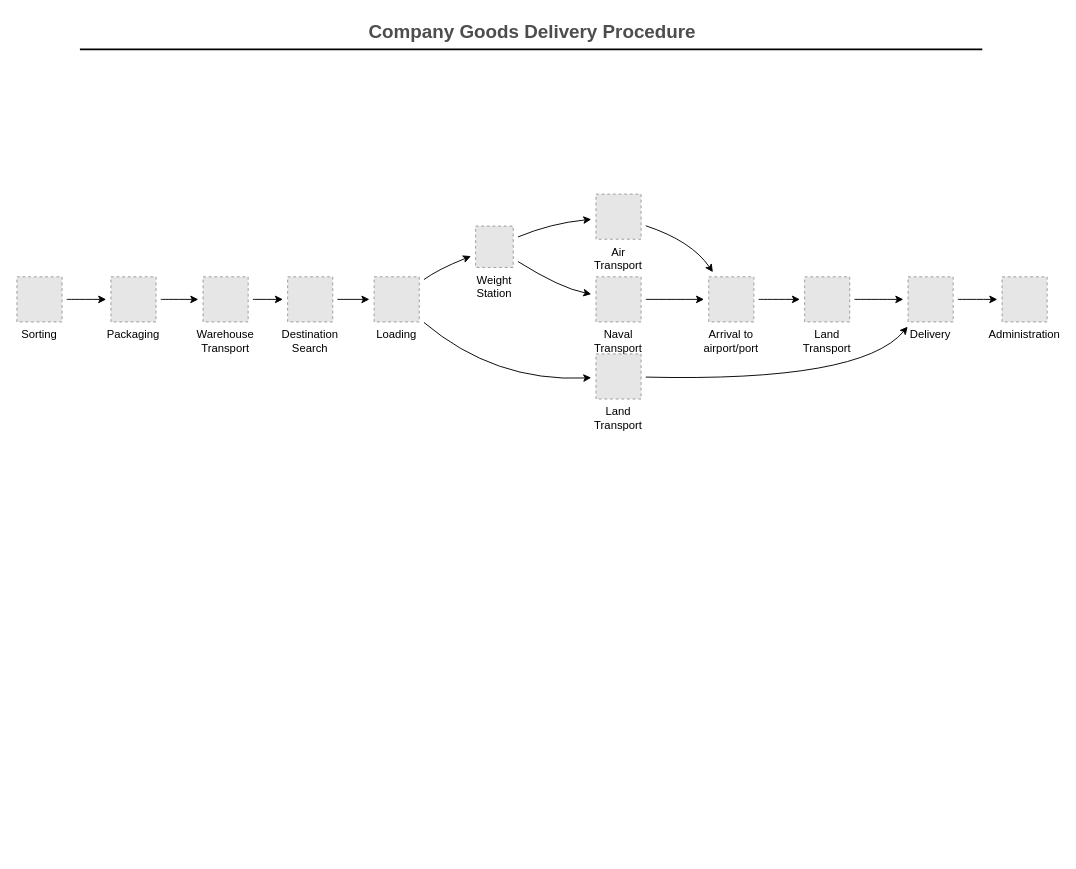
The draw.io diagram images/未命名绘图.drawio in DramaAaron/DramaAaron.github.io, before the edit. Source tidied: cells renumbered, new cells numbered last; positions are measured from the earlier drawing's top-left corner, leaving out a move shared by most shapes. Both pictures are drawn from the tidied source at 94%, with x=0, y=0 at pixel (16, 16). Pictures stored in the file or linked from it are replaced by grey dashed boxes.
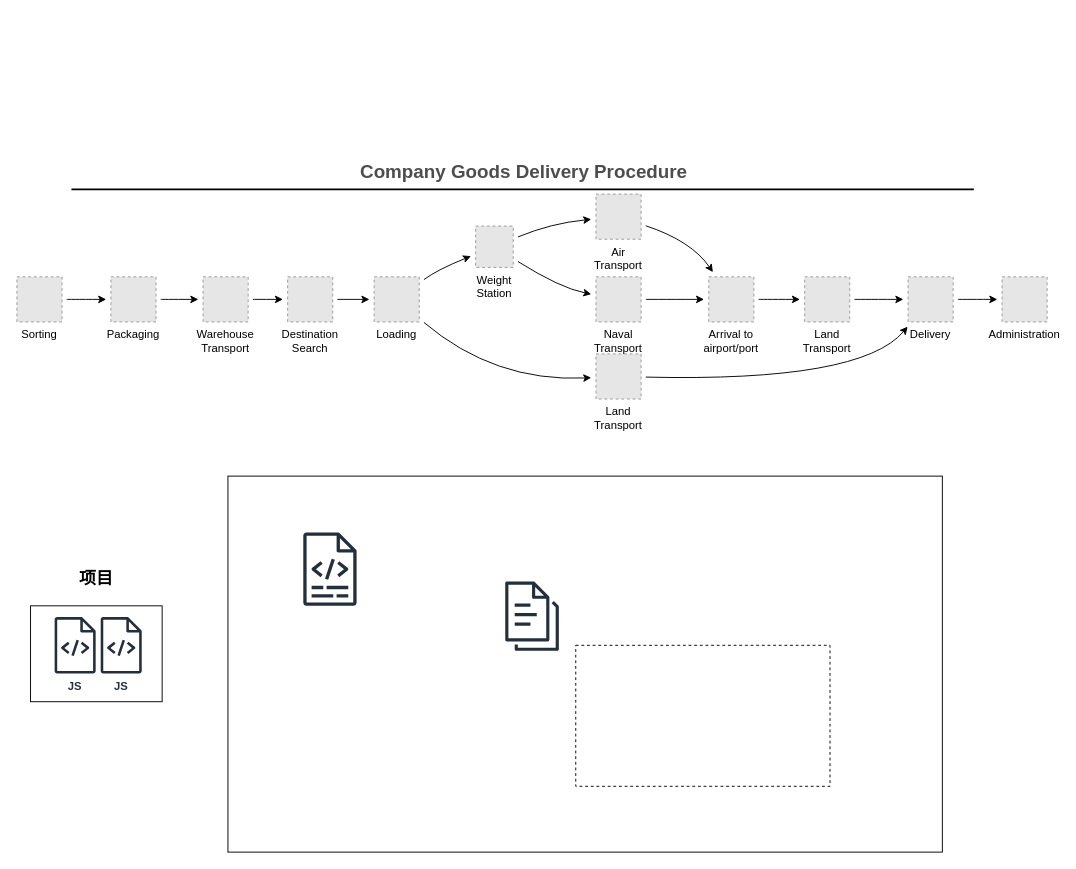
The same diagram, later.

Commit message:
更新未命名绘图.drawio

Diff of the diagram source:
```diff
@@
+    <mxCell id="31" style="rounded=0;whiteSpace=wrap;html=1;" parent="1" vertex="1">
+      <mxGeometry x="225" y="489" width="760" height="400" as="geometry" />
+    </mxCell>
+    <mxCell id="32" value="&lt;h2&gt;项目&lt;/h2&gt;" style="rounded=0;whiteSpace=wrap;html=1;labelPosition=center;verticalLabelPosition=top;align=center;verticalAlign=bottom;" parent="1" vertex="1">
+      <mxGeometry x="15" y="627" width="140" height="102" as="geometry" />
+    </mxCell>
+    <mxCell id="33" style="rounded=0;whiteSpace=wrap;html=1;dashed=1;" parent="1" vertex="1">
+      <mxGeometry x="595" y="669" width="270.5" height="150" as="geometry" />
+    </mxCell>
@@
     <mxCell id="29" value="Company Goods Delivery Procedure" style="text;html=1;strokeColor=none;fillColor=none;align=center;verticalAlign=middle;whiteSpace=wrap;rounded=0;fontStyle=1;fontSize=20;fontColor=#4D4D4D;" parent="1" vertex="1">
-      <mxGeometry x="153.5" width="790" height="30" as="geometry" />
+      <mxGeometry x="144.5" y="149" width="790" height="30" as="geometry" />
     </mxCell>
     <mxCell id="30" style="line;strokeWidth=2;html=1;fontSize=20;fontColor=#4D4D4D;" parent="1" vertex="1">
-      <mxGeometry x="67.5" y="30" width="960" height="10" as="geometry" />
+      <mxGeometry x="58.5" y="179" width="960" height="10" as="geometry" />
     </mxCell>
+    <mxCell id="34" style="sketch=0;fontColor=#232F3E;gradientColor=none;fillColor=#232F3D;strokeColor=none;dashed=0;verticalLabelPosition=bottom;verticalAlign=top;align=center;html=1;fontSize=12;fontStyle=0;shape=mxgraph.aws4.logs;" parent="1" vertex="1">
+      <mxGeometry x="305" y="549" width="57" height="78" as="geometry" />
+    </mxCell>
+    <mxCell id="35" value="JS" style="sketch=0;fontColor=#232F3E;gradientColor=none;fillColor=#232F3D;strokeColor=default;dashed=0;verticalLabelPosition=bottom;verticalAlign=top;align=center;html=1;fontSize=12;fontStyle=1;shape=mxgraph.aws4.source_code;strokeWidth=1;labelPosition=center;" parent="1" vertex="1">
+      <mxGeometry x="40.5" y="639" width="43.9" height="60" as="geometry" />
+    </mxCell>
+    <mxCell id="36" style="sketch=0;fontColor=#232F3E;gradientColor=none;fillColor=#232F3D;strokeColor=none;dashed=0;verticalLabelPosition=bottom;verticalAlign=top;align=center;html=1;fontSize=12;fontStyle=0;shape=mxgraph.aws4.documents3;" parent="1" vertex="1">
+      <mxGeometry x="520" y="599" width="57" height="78" as="geometry" />
+    </mxCell>
+    <mxCell id="37" value="JS" style="sketch=0;fontColor=#232F3E;gradientColor=none;fillColor=#232F3D;strokeColor=default;dashed=0;verticalLabelPosition=bottom;verticalAlign=top;align=center;html=1;fontSize=12;fontStyle=1;shape=mxgraph.aws4.source_code;strokeWidth=1;labelPosition=center;" parent="1" vertex="1">
+      <mxGeometry x="89.5" y="639" width="43.9" height="60" as="geometry" />
+    </mxCell>
```
